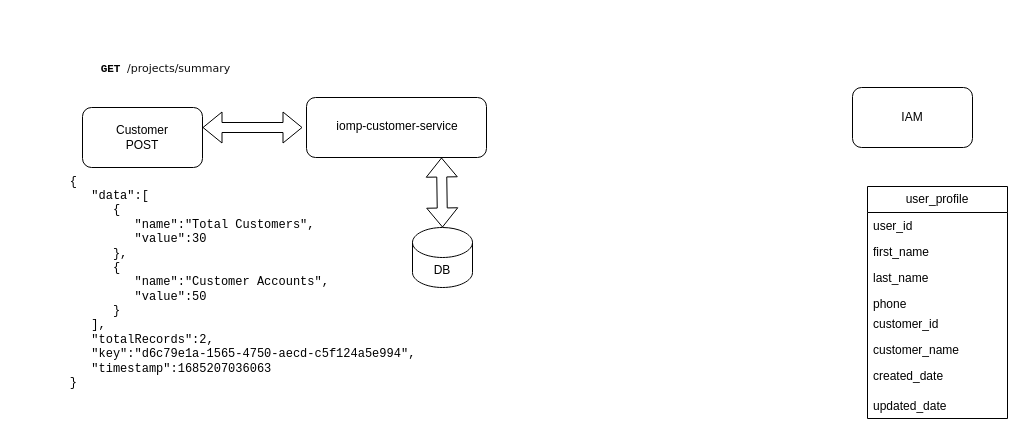
wesco-chandanabuduru/common-entities keeps this draw.io diagram as src/main/java/com/wesco/model/IOMP dashboard.drawio. Above is the earlier version. Source tidied: cells renumbered, new cells numbered last; positions are measured from the earlier drawing's top-left corner, leaving out a move shared by most shapes. Both pictures are drawn from the tidied source at 100%, with x=0, y=0 at pixel (17, 17).
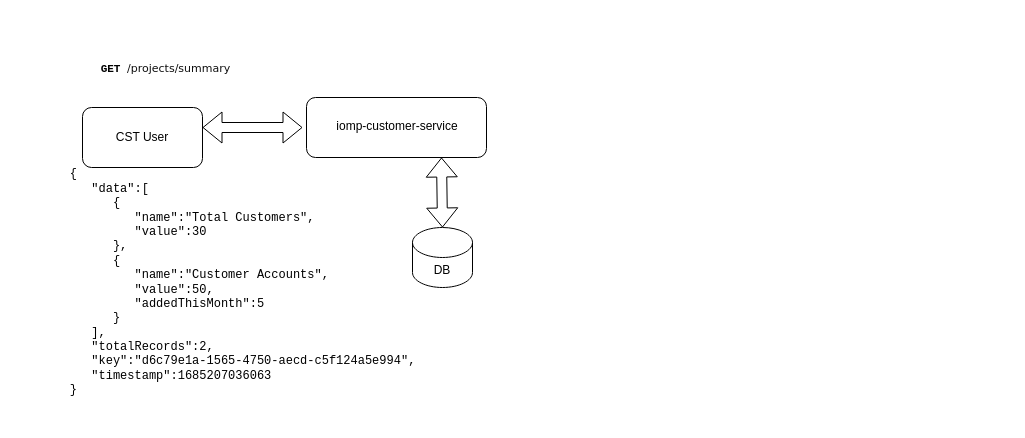
The same diagram, later.

Change to the diagram source:
```diff
@@
-    <mxCell id="2" value="&lt;div&gt;Customer&lt;/div&gt;&lt;div&gt;POST&lt;/div&gt;" style="rounded=1;whiteSpace=wrap;html=1;" parent="1" vertex="1">
+    <mxCell id="2" value="&lt;div&gt;CST User&lt;/div&gt;" style="rounded=1;whiteSpace=wrap;html=1;" parent="1" vertex="1">
       <mxGeometry x="65" y="90" width="120" height="60" as="geometry" />
     </mxCell>
@@
-    <mxCell id="9" value="IAM" style="rounded=1;whiteSpace=wrap;html=1;" parent="1" vertex="1">
-      <mxGeometry x="835" y="70" width="120" height="60" as="geometry" />
-    </mxCell>
-    <mxCell id="10" value="user_profile" style="swimlane;fontStyle=0;horizontal=1;startSize=26;fillColor=none;whiteSpace=wrap;html=1;" parent="1" vertex="1">
-      <mxGeometry x="850" y="169" width="140" height="232" as="geometry" />
-    </mxCell>
-    <mxCell id="11" value="user_id" style="text;strokeColor=none;fillColor=none;align=left;verticalAlign=top;spacingLeft=4;spacingRight=4;overflow=hidden;whiteSpace=wrap;html=1;" parent="10" vertex="1">
-      <mxGeometry y="26" width="140" height="26" as="geometry" />
-    </mxCell>
-    <mxCell id="12" value="first_name" style="text;strokeColor=none;fillColor=none;align=left;verticalAlign=top;spacingLeft=4;spacingRight=4;overflow=hidden;whiteSpace=wrap;html=1;" parent="10" vertex="1">
-      <mxGeometry y="52" width="140" height="26" as="geometry" />
-    </mxCell>
-    <mxCell id="13" value="last_name" style="text;strokeColor=none;fillColor=none;align=left;verticalAlign=top;spacingLeft=4;spacingRight=4;overflow=hidden;whiteSpace=wrap;html=1;" parent="10" vertex="1">
-      <mxGeometry y="78" width="140" height="26" as="geometry" />
-    </mxCell>
-    <mxCell id="14" value="&lt;div&gt;phone&lt;/div&gt;" style="text;strokeColor=none;fillColor=none;align=left;verticalAlign=top;spacingLeft=4;spacingRight=4;overflow=hidden;whiteSpace=wrap;html=1;" parent="10" vertex="1">
-      <mxGeometry y="104" width="140" height="20" as="geometry" />
-    </mxCell>
-    <mxCell id="15" value="customer_id" style="text;strokeColor=none;fillColor=none;align=left;verticalAlign=top;spacingLeft=4;spacingRight=4;overflow=hidden;whiteSpace=wrap;html=1;" parent="10" vertex="1">
-      <mxGeometry y="124" width="140" height="26" as="geometry" />
-    </mxCell>
-    <mxCell id="16" value="customer_name" style="text;strokeColor=none;fillColor=none;align=left;verticalAlign=top;spacingLeft=4;spacingRight=4;overflow=hidden;whiteSpace=wrap;html=1;" parent="10" vertex="1">
-      <mxGeometry y="150" width="140" height="26" as="geometry" />
-    </mxCell>
-    <mxCell id="17" value="&lt;div&gt;created_date&lt;/div&gt;" style="text;strokeColor=none;fillColor=none;align=left;verticalAlign=top;spacingLeft=4;spacingRight=4;overflow=hidden;whiteSpace=wrap;html=1;" parent="10" vertex="1">
-      <mxGeometry y="176" width="140" height="30" as="geometry" />
-    </mxCell>
-    <mxCell id="18" value="updated_date" style="text;strokeColor=none;fillColor=none;align=left;verticalAlign=top;spacingLeft=4;spacingRight=4;overflow=hidden;whiteSpace=wrap;html=1;" parent="10" vertex="1">
-      <mxGeometry y="206" width="140" height="26" as="geometry" />
-    </mxCell>
-    <mxCell id="19" value="&lt;blockquote style=&quot;text-align: left;&quot;&gt;&lt;pre&gt;{&lt;br&gt;&amp;nbsp; &amp;nbsp;&quot;data&quot;:[&lt;br&gt;&amp;nbsp; &amp;nbsp; &amp;nbsp; {&lt;br&gt;&amp;nbsp; &amp;nbsp; &amp;nbsp; &amp;nbsp; &amp;nbsp;&quot;name&quot;:&quot;Total Customers&quot;,&lt;br&gt;&amp;nbsp; &amp;nbsp; &amp;nbsp; &amp;nbsp; &amp;nbsp;&quot;value&quot;:30&lt;br&gt;&amp;nbsp; &amp;nbsp; &amp;nbsp; },&lt;br&gt;&amp;nbsp; &amp;nbsp; &amp;nbsp; {&lt;br&gt;&amp;nbsp; &amp;nbsp; &amp;nbsp; &amp;nbsp; &amp;nbsp;&quot;name&quot;:&quot;Customer Accounts&quot;,&lt;br&gt;&amp;nbsp; &amp;nbsp; &amp;nbsp; &amp;nbsp; &amp;nbsp;&quot;value&quot;:50&lt;br&gt;&amp;nbsp; &amp;nbsp; &amp;nbsp; }&lt;br&gt;&amp;nbsp; &amp;nbsp;],&lt;br&gt;&amp;nbsp; &amp;nbsp;&quot;totalRecords&quot;:2,&lt;br&gt;&amp;nbsp; &amp;nbsp;&quot;key&quot;:&quot;d6c79e1a-1565-4750-aecd-c5f124a5e994&quot;,&lt;br&gt;&amp;nbsp; &amp;nbsp;&quot;timestamp&quot;:1685207036063&lt;br&gt;}&lt;/pre&gt;&lt;/blockquote&gt;" style="text;html=1;align=center;verticalAlign=middle;strokeColor=none;fillColor=none;" parent="1" vertex="1">
-      <mxGeometry y="140" width="450" height="250" as="geometry" />
+    <mxCell id="19" value="&lt;blockquote style=&quot;text-align: left;&quot;&gt;&lt;pre&gt;{&lt;br/&gt;   &quot;data&quot;:[&lt;br/&gt;      {&lt;br/&gt;         &quot;name&quot;:&quot;Total Customers&quot;,&lt;br/&gt;         &quot;value&quot;:30&lt;br/&gt;      },&lt;br/&gt;      {&lt;br/&gt;         &quot;name&quot;:&quot;Customer Accounts&quot;,&lt;br/&gt;         &quot;value&quot;:50,&lt;br/&gt;         &quot;addedThisMonth&quot;:5&lt;br/&gt;      }&lt;br/&gt;   ],&lt;br/&gt;   &quot;totalRecords&quot;:2,&lt;br/&gt;   &quot;key&quot;:&quot;d6c79e1a-1565-4750-aecd-c5f124a5e994&quot;,&lt;br/&gt;   &quot;timestamp&quot;:1685207036063&lt;br/&gt;}&lt;/pre&gt;&lt;/blockquote&gt;" style="text;html=1;align=center;verticalAlign=middle;strokeColor=none;fillColor=none;" parent="1" vertex="1">
+      <mxGeometry y="130" width="450" height="270" as="geometry" />
     </mxCell>
```
